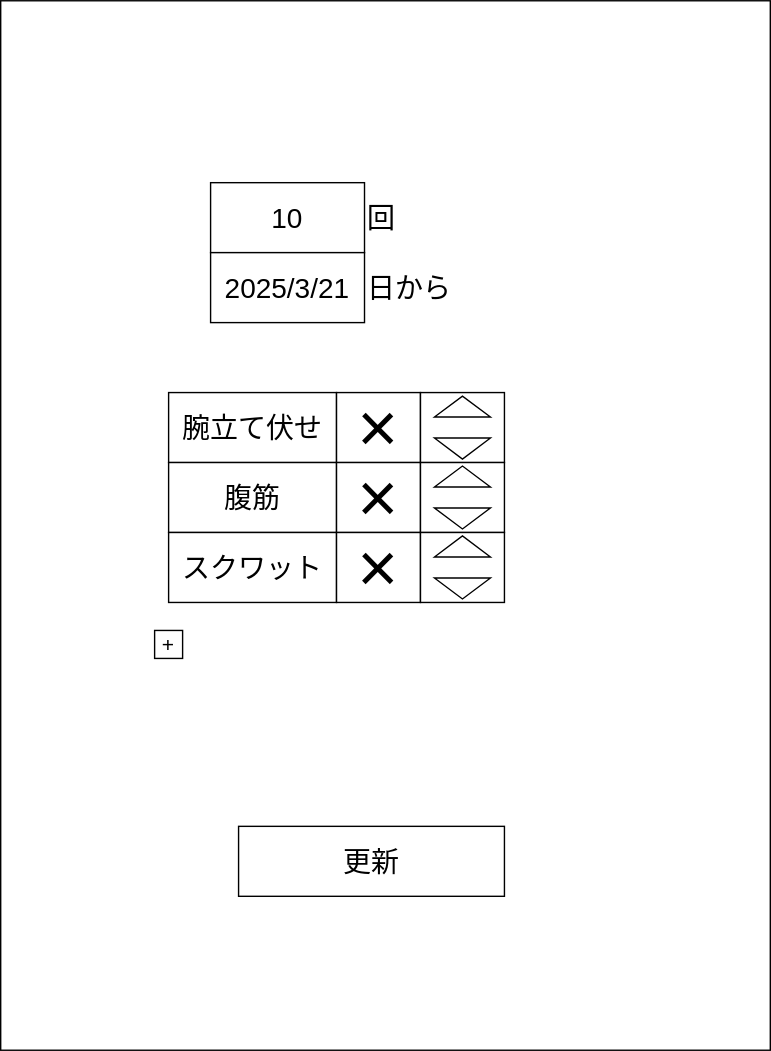
Before: edit_mascle_training_config.drawio.svg, a diagram exported from draw.io (anti-paper/anti_paper_wf). Source tidied: cells renumbered, new cells last; positions are measured from the earlier drawing's top-left corner, leaving out a move shared by most shapes.
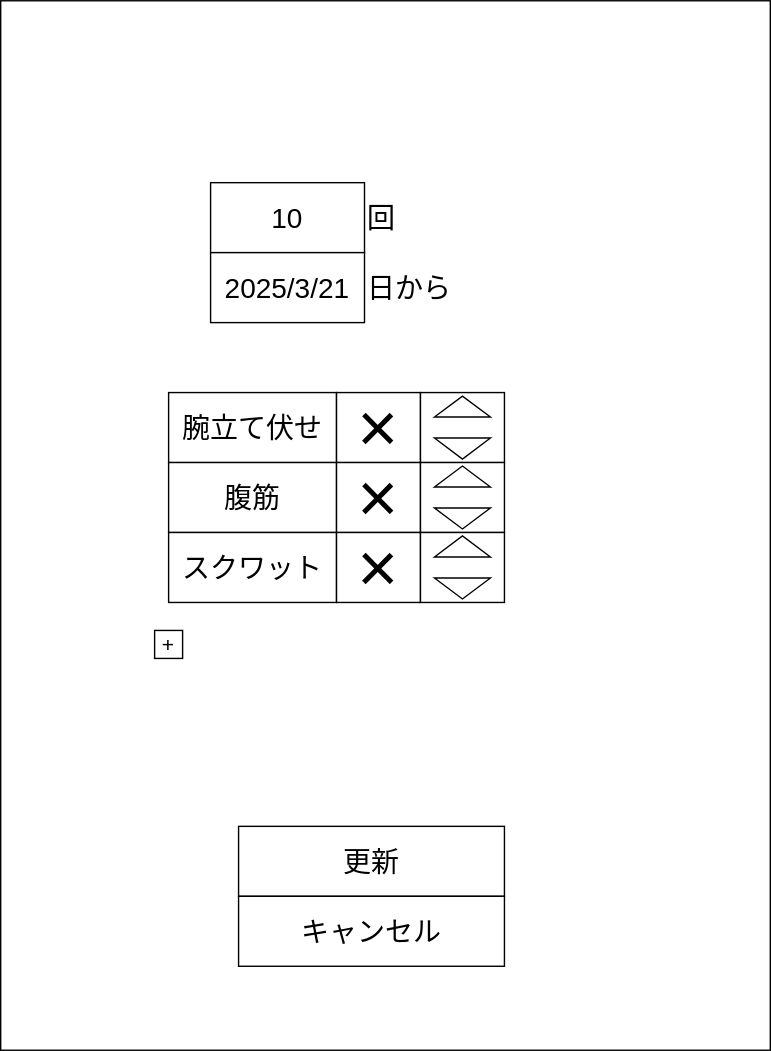
After the change.

Diff of the diagram source:
```diff
@@ -68,5 +68,8 @@
     <mxCell id="23" style="triangle;whiteSpace=wrap;html=1;rotation=90;" parent="1" vertex="1">
       <mxGeometry x="322.5" y="400" width="15" height="40" as="geometry" />
     </mxCell>
+    <mxCell id="24" value="キャンセル" style="rounded=0;whiteSpace=wrap;html=1;fontSize=20;" parent="1" vertex="1">
+      <mxGeometry x="170" y="640" width="190" height="50" as="geometry" />
+    </mxCell>
   </root>
 </mxGraphModel>
```
